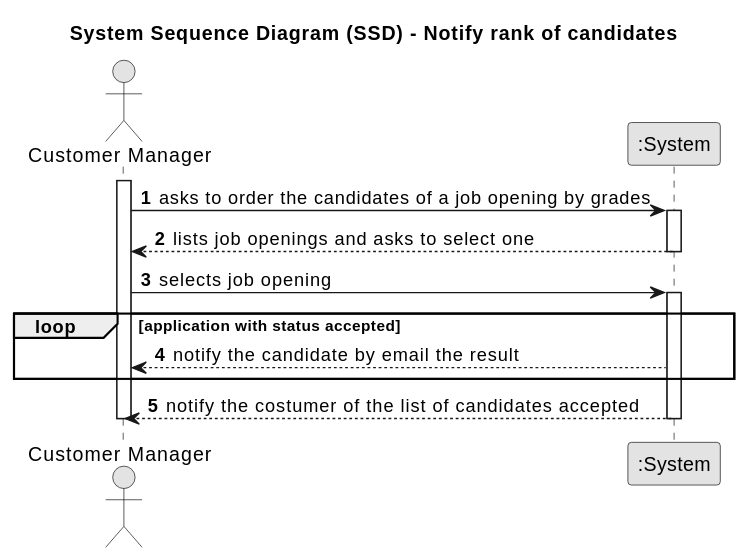
Before: docs/SprintC/12-notify-rank-by-email/system-sequence-diagram.svg, a diagram exported from PlantUML (MiguelCardoso77/LAPR4). Source of this version:
```plantuml
@startuml
skinparam monochrome true
skinparam packageStyle rectangle
skinparam shadowing false

title System Sequence Diagram (SSD) - Notify rank of candidates

autonumber

actor "Customer Manager" as CM
participant ":System" as System

activate CM

    CM -> System : asks to order the candidates of a job opening by grades
    activate System


       System --> CM : lists job openings and asks to select one
    deactivate System

    CM -> System : selects job opening
    activate System

loop application with status accepted
        System --> CM : notify the candidate by email the result
end

    System --> CM : notify the costumer of the list of candidates accepted

    deactivate System

deactivate CM
@enduml
```
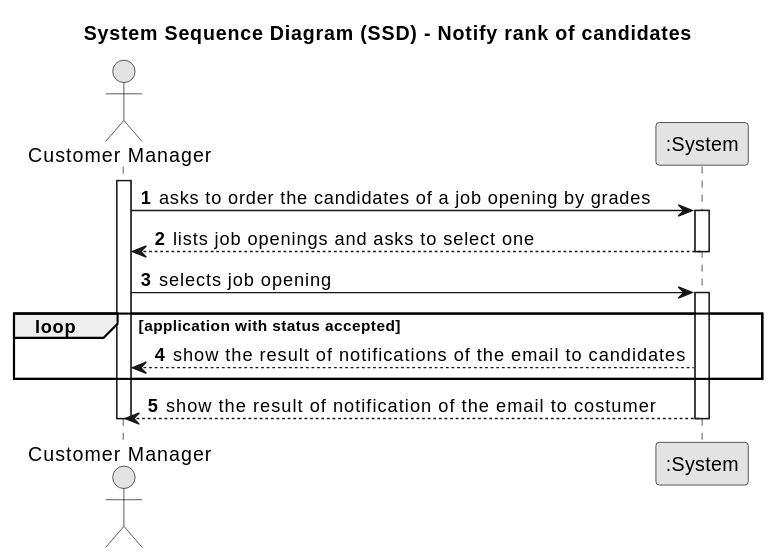
After the commit.

Diff of the diagram source:
```diff
@@ -23,10 +23,10 @@
     activate System
 
 loop application with status accepted
-        System --> CM : notify the candidate by email the result
+        System --> CM :show the result of notifications of the email to candidates
 end
 
-    System --> CM : notify the costumer of the list of candidates accepted
+    System --> CM : show the result of notification of the email to costumer
 
     deactivate System
 
```
